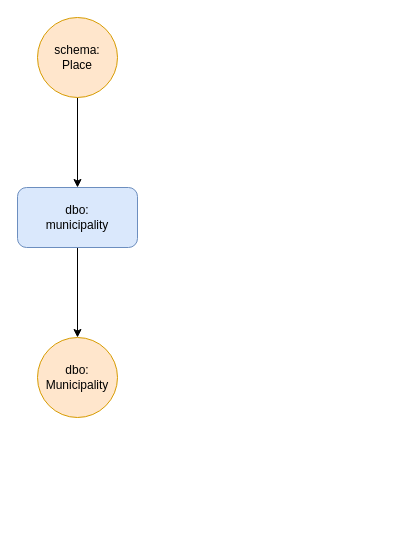
Earlier version of the draw.io diagram assets/schema/proposal/burgerLinker-schema-proposal.drawio (CLARIAH/burgerLinker). Source tidied: cells renumbered, new cells numbered last; positions are measured from the earlier drawing's top-left corner, leaving out a move shared by most shapes. Both pictures are drawn from the tidied source at 100%, with x=0, y=0 at pixel (17, 17).
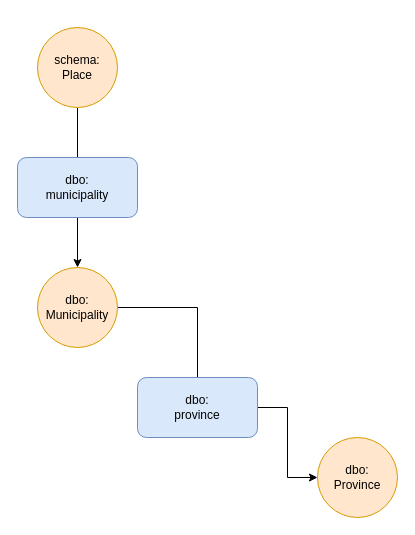
After the change.

Change to the diagram source:
```diff
@@
 <mxGraphModel>
   <root>
     <mxCell id="0" />
     <mxCell id="1" parent="0" />
-    <mxCell id="2" style="edgeStyle=orthogonalEdgeStyle;rounded=0;jettySize=auto;html=1;" parent="1" edge="1" source="3" target="5">
+    <mxCell id="2" style="edgeStyle=orthogonalEdgeStyle;rounded=0;jettySize=auto;html=1;endArrow=none;endFill=0;" parent="1" edge="1" source="3" target="5">
       <mxGeometry relative="1" as="geometry" />
     </mxCell>
     <mxCell id="3" value="schema:&lt;br&gt;Place" style="ellipse;whiteSpace=wrap;html=1;fillColor=#ffe6cc;strokeColor=#d79b00;" parent="1" vertex="1">
-      <mxGeometry x="20" width="80" height="80" as="geometry" />
+      <mxGeometry x="20" y="10" width="80" height="80" as="geometry" />
     </mxCell>
     <mxCell id="4" style="edgeStyle=orthogonalEdgeStyle;rounded=0;jettySize=auto;html=1;exitX=0.5;exitY=1;exitDx=0;exitDy=0;entryX=0.5;entryY=0;entryDx=0;entryDy=0;" parent="1" edge="1" source="5" target="6">
       <mxGeometry relative="1" as="geometry" />
     </mxCell>
     <mxCell id="5" value="dbo:&lt;br&gt;municipality" style="rounded=1;whiteSpace=wrap;html=1;fillColor=#dae8fc;strokeColor=#6c8ebf;" parent="1" vertex="1">
-      <mxGeometry y="170" width="120" height="60" as="geometry" />
+      <mxGeometry y="140" width="120" height="60" as="geometry" />
     </mxCell>
+    <mxCell id="7" style="edgeStyle=orthogonalEdgeStyle;rounded=0;jettySize=auto;html=1;endArrow=none;endFill=0;" parent="1" edge="1" source="6" target="9">
+      <mxGeometry relative="1" as="geometry" />
+    </mxCell>
     <mxCell id="6" value="dbo:&lt;br&gt;Municipality" style="ellipse;whiteSpace=wrap;html=1;fillColor=#ffe6cc;strokeColor=#d79b00;" parent="1" vertex="1">
-      <mxGeometry x="20" y="320" width="80" height="80" as="geometry" />
+      <mxGeometry x="20" y="250" width="80" height="80" as="geometry" />
     </mxCell>
+    <mxCell id="8" style="edgeStyle=orthogonalEdgeStyle;rounded=0;jettySize=auto;html=1;endArrow=classic;endFill=1;" parent="1" edge="1" source="9" target="10">
+      <mxGeometry relative="1" as="geometry" />
+    </mxCell>
+    <mxCell id="9" value="dbo:&lt;br&gt;province" style="rounded=1;whiteSpace=wrap;html=1;fillColor=#dae8fc;strokeColor=#6c8ebf;" parent="1" vertex="1">
+      <mxGeometry x="120" y="360" width="120" height="60" as="geometry" />
+    </mxCell>
+    <mxCell id="10" value="dbo:&lt;br&gt;Province" style="ellipse;whiteSpace=wrap;html=1;fillColor=#ffe6cc;strokeColor=#d79b00;" parent="1" vertex="1">
+      <mxGeometry x="300" y="420" width="80" height="80" as="geometry" />
+    </mxCell>
   </root>
 </mxGraphModel>
```
